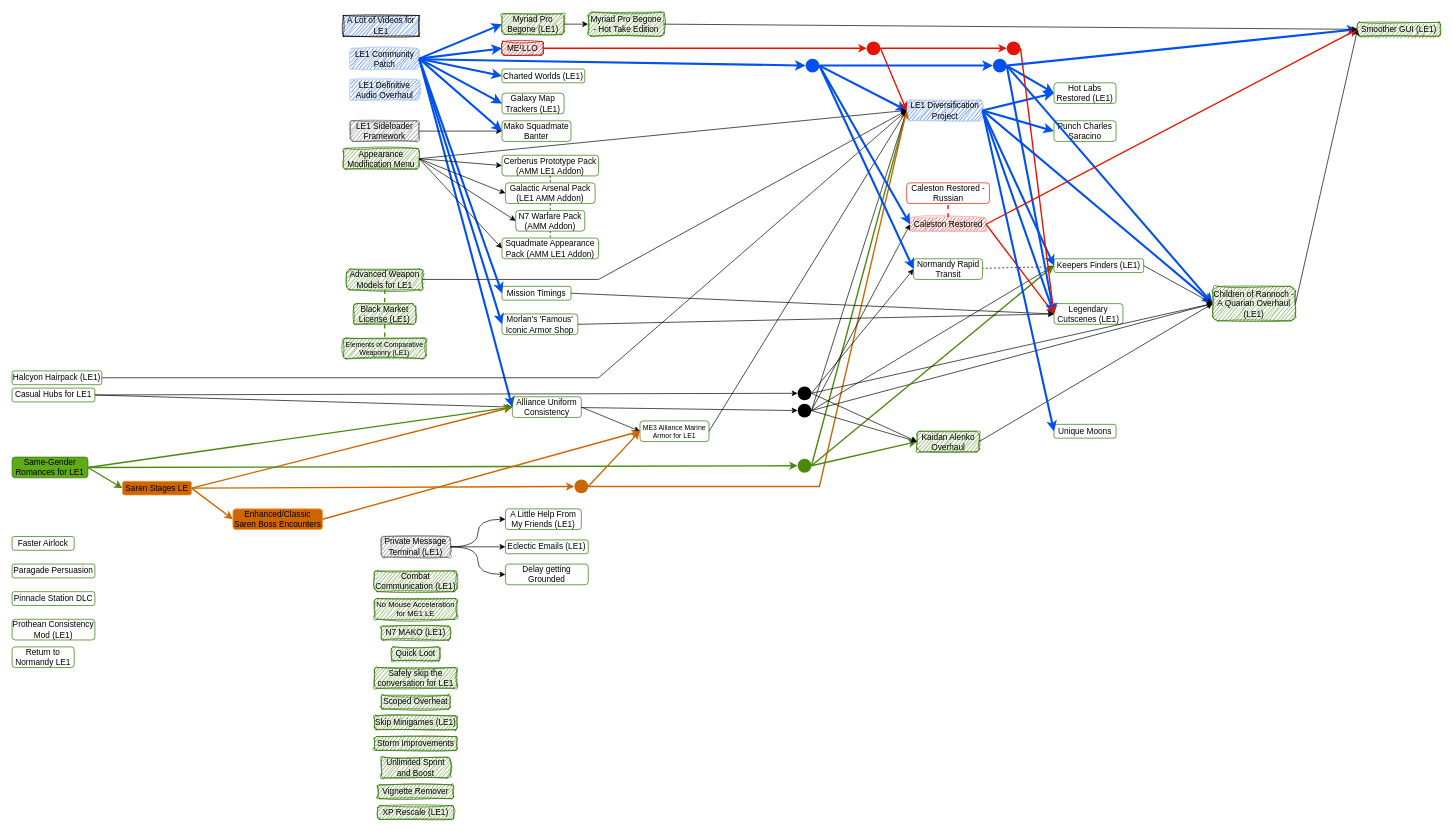
Above: ME-LE-mods.drawio in Lex-DRL/draw.io-public (draw.io), before the change. Source tidied: cells renumbered, new cells numbered last; positions are measured from the earlier drawing's top-left corner, leaving out a move shared by most shapes. Both pictures are drawn from the tidied source at 69%, with x=0, y=0 at pixel (12, 12).
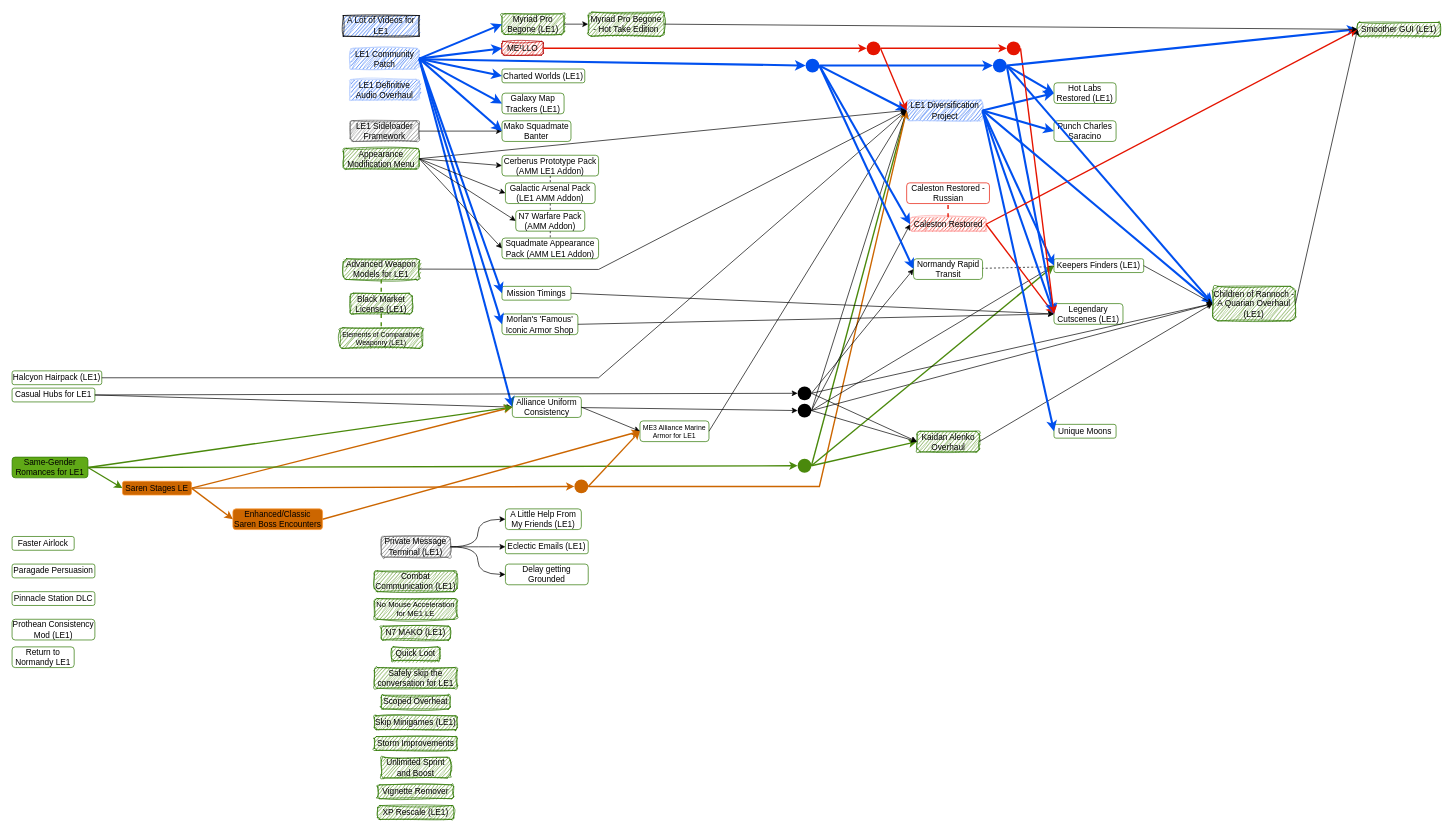
The same diagram, later.

The change refers to these unchanged cells:
```xml
<mxCell id="8" value="&lt;div&gt;LE1 Diversification Project&lt;/div&gt;" style="rounded=1;whiteSpace=wrap;html=1;fillColor=light-dark(#0050EF,#0050EF);fontColor=default;strokeColor=light-dark(#B2CBFF,#B2CBFF);points=[[0,0.5,0,0,0],[0.5,0,0,0,0],[0.5,1,0,0,0],[1,0.5,0,0,0]];sketch=1;curveFitting=1;jiggle=2;" parent="1" vertex="1">
  <mxGeometry x="1296.5" y="127.5" width="110" height="30" as="geometry" />
</mxCell>
```

Change to the diagram source:
```diff
@@
     <mxCell id="12" value="Advanced Weapon Models for LE1" style="rounded=1;whiteSpace=wrap;html=1;fillColor=light-dark(#4A890C,#4A890C);fontColor=default;strokeColor=#2D7600;sketch=1;curveFitting=1;jiggle=2;points=[[0,0.5,0,0,0],[0.5,0,0,0,0],[0.5,1,0,0,0],[1,0.5,0,0,0]];" parent="1" vertex="1">
-      <mxGeometry x="485" y="372.5" width="110" height="30" as="geometry" />
+      <mxGeometry x="480" y="357.5" width="110" height="30" as="geometry" />
     </mxCell>
@@
     <mxCell id="17" value="Black Market License (LE1)" style="rounded=1;whiteSpace=wrap;html=1;fillColor=light-dark(#4A890C,#4A890C);fontColor=default;strokeColor=#2D7600;points=[[0,0.5,0,0,0],[0.5,0,0,0,0],[0.5,1,0,0,0],[1,0.5,0,0,0]];sketch=1;curveFitting=1;jiggle=2;" parent="1" vertex="1">
-      <mxGeometry x="495" y="422.5" width="90" height="30" as="geometry" />
+      <mxGeometry x="490" y="407.5" width="90" height="30" as="geometry" />
     </mxCell>
@@
     <mxCell id="25" value="Elements of Comparative Weaponry (LE1)" style="rounded=1;whiteSpace=wrap;html=1;fillColor=light-dark(#4A890C,#4A890C);fontColor=default;strokeColor=#2D7600;fontSize=10;points=[[0,0.5,0,0,0],[0.5,0,0,0,0],[0.5,1,0,0,0],[1,0.5,0,0,0]];sketch=1;curveFitting=1;jiggle=2;" parent="1" vertex="1">
-      <mxGeometry x="480" y="472.5" width="120" height="30" as="geometry" />
+      <mxGeometry x="475" y="457.5" width="120" height="30" as="geometry" />
     </mxCell>
@@
-    <mxCell id="81" style="shape=connector;rounded=0;jettySize=auto;html=1;entryX=0;entryY=0.5;entryDx=0;entryDy=0;entryPerimeter=0;strokeColor=default;align=center;verticalAlign=middle;fontFamily=Helvetica;fontSize=11;fontColor=default;labelBackgroundColor=default;endArrow=classic;exitX=1;exitY=0.5;exitDx=0;exitDy=0;exitPerimeter=0;" parent="1" edge="1" source="12" target="8">
-      <mxGeometry relative="1" as="geometry">
-        <Array as="points">
-          <mxPoint x="850" y="387.5" />
-        </Array>
-      </mxGeometry>
-    </mxCell>
@@
+    <mxCell id="81" style="edgeStyle=none;shape=connector;rounded=0;jettySize=auto;html=1;exitX=1;exitY=0.5;exitDx=0;exitDy=0;exitPerimeter=0;entryX=0;entryY=0.5;entryDx=0;entryDy=0;entryPerimeter=0;strokeColor=default;align=center;verticalAlign=middle;fontFamily=Helvetica;fontSize=11;fontColor=default;labelBackgroundColor=default;endArrow=classic;" parent="1" edge="1" source="12" target="8">
+      <mxGeometry relative="1" as="geometry">
+        <Array as="points">
+          <mxPoint x="850" y="373" />
+        </Array>
+      </mxGeometry>
+    </mxCell>
```
